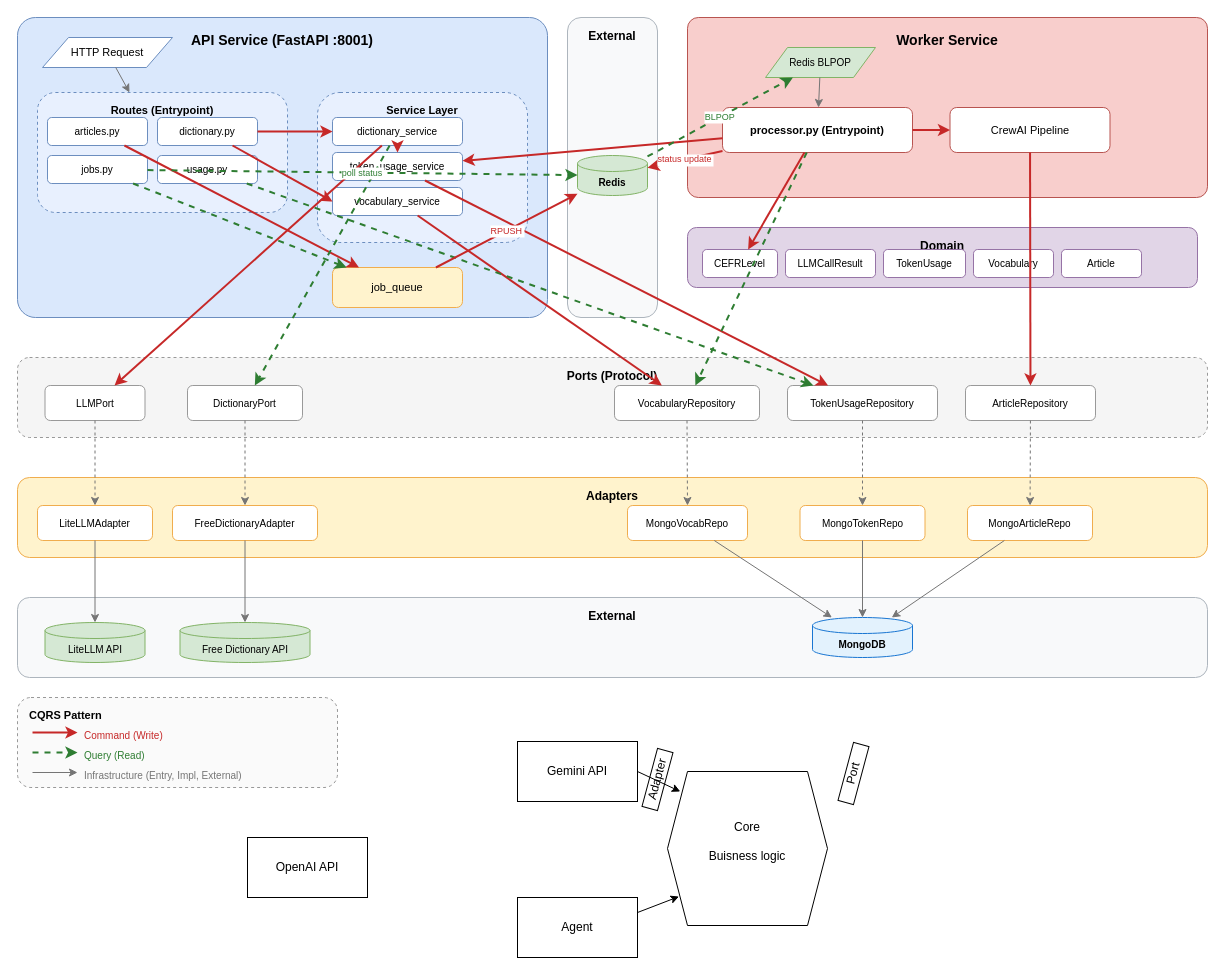
Earlier version of the draw.io diagram service_diagram.drawio (seung-gu/opad). Source tidied: cells renumbered, new cells numbered last; positions are measured from the earlier drawing's top-left corner, leaving out a move shared by most shapes. Both pictures are drawn from the tidied source at 100%, with x=0, y=0 at pixel (17, 17).
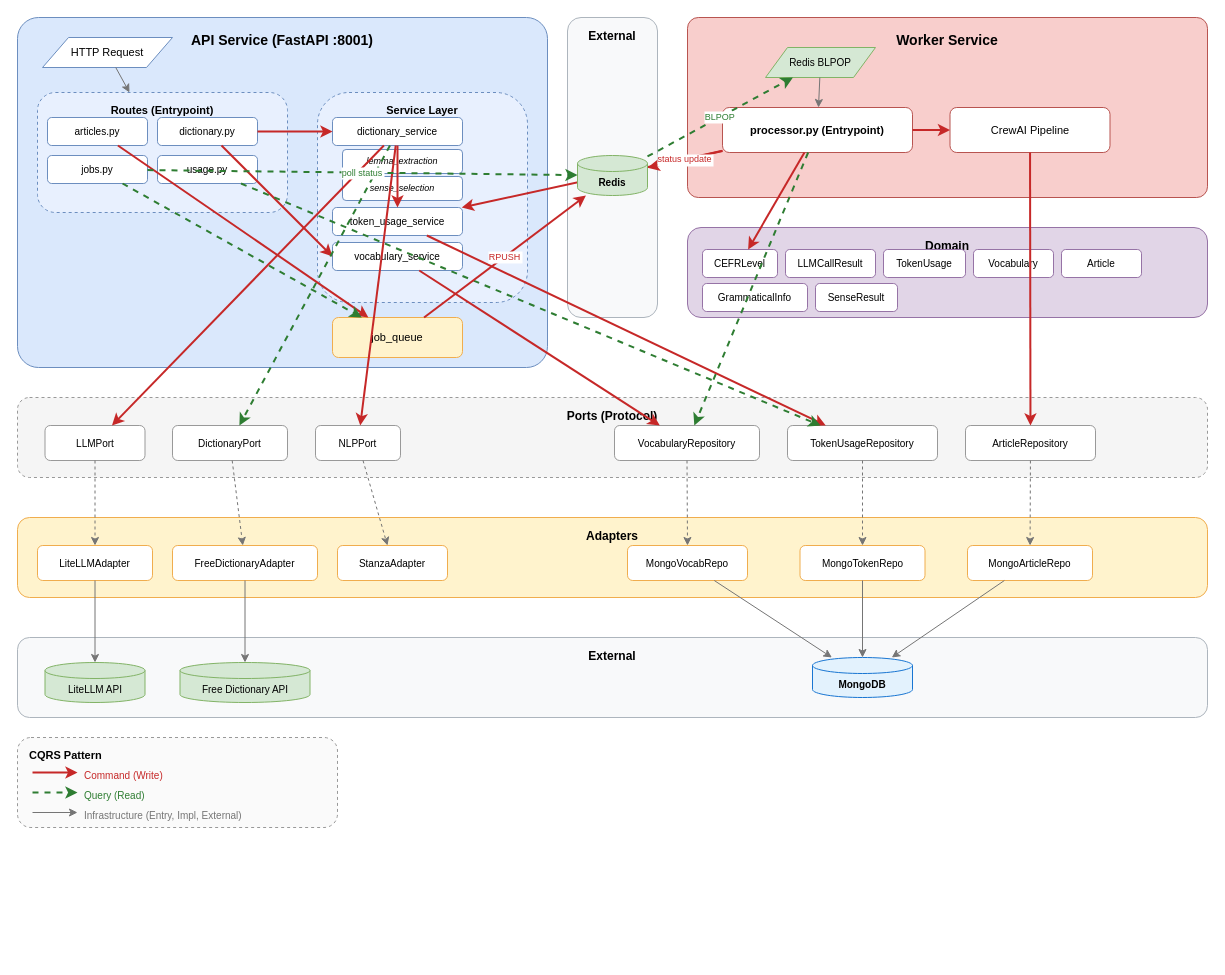
The same page after the edit.

Unchanged cells that the change refers to:
```xml
<mxCell id="11" value="dictionary_service" style="rounded=1;whiteSpace=wrap;fillColor=#fff;strokeColor=#6c8ebf;fontSize=10;" parent="1" vertex="1">
  <mxGeometry x="315" y="100" width="130" height="28" as="geometry" />
</mxCell>
```

Diff of the diagram source:
```diff
@@
     <mxCell id="3" value="API Service (FastAPI :8001)" style="rounded=1;whiteSpace=wrap;fillColor=#dae8fc;strokeColor=#6c8ebf;fontStyle=1;fontSize=14;verticalAlign=top;spacingTop=8;arcSize=6;" parent="1" vertex="1">
-      <mxGeometry width="530" height="300" as="geometry" />
+      <mxGeometry width="530" height="350" as="geometry" />
     </mxCell>
@@
     <mxCell id="10" value="Service Layer" style="rounded=1;whiteSpace=wrap;fillColor=#e8f0fe;strokeColor=#6c8ebf;fontSize=11;fontStyle=1;verticalAlign=top;spacingTop=5;dashed=1;" parent="1" vertex="1">
-      <mxGeometry x="300" y="75" width="210" height="150" as="geometry" />
+      <mxGeometry x="300" y="75" width="210" height="210" as="geometry" />
     </mxCell>
@@
+    <mxCell id="89" value="lemma_extraction" style="rounded=1;whiteSpace=wrap;fillColor=#fff;strokeColor=#6c8ebf;fontSize=9;fontStyle=2;" parent="1" vertex="1">
+      <mxGeometry x="325" y="132" width="120" height="24" as="geometry" />
+    </mxCell>
+    <mxCell id="90" value="sense_selection" style="rounded=1;whiteSpace=wrap;fillColor=#fff;strokeColor=#6c8ebf;fontSize=9;fontStyle=2;" parent="1" vertex="1">
+      <mxGeometry x="325" y="159" width="120" height="24" as="geometry" />
+    </mxCell>
     <mxCell id="12" value="token_usage_service" style="rounded=1;whiteSpace=wrap;fillColor=#fff;strokeColor=#6c8ebf;fontSize=10;" parent="1" vertex="1">
-      <mxGeometry x="315" y="135" width="130" height="28" as="geometry" />
+      <mxGeometry x="315" y="190" width="130" height="28" as="geometry" />
     </mxCell>
     <mxCell id="13" value="vocabulary_service" style="rounded=1;whiteSpace=wrap;fillColor=#fff;strokeColor=#6c8ebf;fontSize=10;" parent="1" vertex="1">
-      <mxGeometry x="315" y="170" width="130" height="28" as="geometry" />
+      <mxGeometry x="315" y="225" width="130" height="28" as="geometry" />
     </mxCell>
     <mxCell id="14" value="job_queue" style="rounded=1;whiteSpace=wrap;fillColor=#fff3cd;strokeColor=#f0ad4e;fontSize=11;" parent="1" vertex="1">
-      <mxGeometry x="315" y="250" width="130" height="40" as="geometry" />
+      <mxGeometry x="315" y="300" width="130" height="40" as="geometry" />
     </mxCell>
@@
     <mxCell id="26" value="Domain" style="rounded=1;whiteSpace=wrap;fillColor=#e1d5e7;strokeColor=#9673a6;fontStyle=1;fontSize=12;verticalAlign=top;spacingTop=5;" parent="1" vertex="1">
-      <mxGeometry x="670" y="210" width="510" height="60" as="geometry" />
+      <mxGeometry x="670" y="210" width="520" height="90" as="geometry" />
     </mxCell>
@@
+    <mxCell id="91" value="GrammaticalInfo" style="rounded=1;whiteSpace=wrap;fillColor=#fff;strokeColor=#9673a6;fontSize=10;" parent="1" vertex="1">
+      <mxGeometry x="685" y="266" width="105" height="28" as="geometry" />
+    </mxCell>
+    <mxCell id="92" value="SenseResult" style="rounded=1;whiteSpace=wrap;fillColor=#fff;strokeColor=#9673a6;fontSize=10;" parent="1" vertex="1">
+      <mxGeometry x="798" y="266" width="82" height="28" as="geometry" />
+    </mxCell>
     <mxCell id="32" value="Ports (Protocol)" style="rounded=1;whiteSpace=wrap;fillColor=#f5f5f5;strokeColor=#999;fontStyle=1;fontSize=12;verticalAlign=top;spacingTop=5;dashed=1;" parent="1" vertex="1">
-      <mxGeometry y="340" width="1190" height="80" as="geometry" />
+      <mxGeometry y="380" width="1190" height="80" as="geometry" />
     </mxCell>
     <mxCell id="33" value="LLMPort" style="rounded=1;whiteSpace=wrap;fillColor=#fff;strokeColor=#999;fontSize=10;" parent="1" vertex="1">
-      <mxGeometry x="27.5" y="368" width="100" height="35" as="geometry" />
+      <mxGeometry x="27.5" y="408" width="100" height="35" as="geometry" />
     </mxCell>
     <mxCell id="34" value="DictionaryPort" style="rounded=1;whiteSpace=wrap;fillColor=#fff;strokeColor=#999;fontSize=10;" parent="1" vertex="1">
-      <mxGeometry x="170" y="368" width="115" height="35" as="geometry" />
+      <mxGeometry x="155" y="408" width="115" height="35" as="geometry" />
     </mxCell>
-    <mxCell id="35" value="ArticleRepository" style="rounded=1;whiteSpace=wrap;fillColor=#fff;strokeColor=#999;fontSize=10;" parent="1" vertex="1">
-      <mxGeometry x="948" y="368" width="130" height="35" as="geometry" />
-    </mxCell>
+    <mxCell id="93" value="NLPPort" style="rounded=1;whiteSpace=wrap;fillColor=#fff;strokeColor=#999;fontSize=10;" parent="1" vertex="1">
+      <mxGeometry x="298" y="408" width="85" height="35" as="geometry" />
+    </mxCell>
     <mxCell id="36" value="VocabularyRepository" style="rounded=1;whiteSpace=wrap;fillColor=#fff;strokeColor=#999;fontSize=10;" parent="1" vertex="1">
-      <mxGeometry x="597" y="368" width="145" height="35" as="geometry" />
+      <mxGeometry x="597" y="408" width="145" height="35" as="geometry" />
     </mxCell>
     <mxCell id="37" value="TokenUsageRepository" style="rounded=1;whiteSpace=wrap;fillColor=#fff;strokeColor=#999;fontSize=10;" parent="1" vertex="1">
-      <mxGeometry x="770" y="368" width="150" height="35" as="geometry" />
+      <mxGeometry x="770" y="408" width="150" height="35" as="geometry" />
     </mxCell>
+    <mxCell id="35" value="ArticleRepository" style="rounded=1;whiteSpace=wrap;fillColor=#fff;strokeColor=#999;fontSize=10;" parent="1" vertex="1">
+      <mxGeometry x="948" y="408" width="130" height="35" as="geometry" />
+    </mxCell>
@@
+    <mxCell id="94" style="strokeColor=#C62828;strokeWidth=2;" parent="1" edge="1" source="11" target="93">
+      <mxGeometry as="geometry" />
+    </mxCell>
@@
     <mxCell id="48" value="Adapters" style="rounded=1;whiteSpace=wrap;fillColor=#fff3cd;strokeColor=#f0ad4e;fontStyle=1;fontSize=12;verticalAlign=top;spacingTop=5;" parent="1" vertex="1">
-      <mxGeometry y="460" width="1190" height="80" as="geometry" />
+      <mxGeometry y="500" width="1190" height="80" as="geometry" />
     </mxCell>
     <mxCell id="49" value="LiteLLMAdapter" style="rounded=1;whiteSpace=wrap;fillColor=#fff;strokeColor=#f0ad4e;fontSize=10;" parent="1" vertex="1">
-      <mxGeometry x="20" y="488" width="115" height="35" as="geometry" />
+      <mxGeometry x="20" y="528" width="115" height="35" as="geometry" />
     </mxCell>
     <mxCell id="50" value="FreeDictionaryAdapter" style="rounded=1;whiteSpace=wrap;fillColor=#fff;strokeColor=#f0ad4e;fontSize=10;" parent="1" vertex="1">
-      <mxGeometry x="155" y="488" width="145" height="35" as="geometry" />
+      <mxGeometry x="155" y="528" width="145" height="35" as="geometry" />
     </mxCell>
-    <mxCell id="51" value="MongoArticleRepo" style="rounded=1;whiteSpace=wrap;fillColor=#fff;strokeColor=#f0ad4e;fontSize=10;" parent="1" vertex="1">
-      <mxGeometry x="950" y="488" width="125" height="35" as="geometry" />
-    </mxCell>
+    <mxCell id="95" value="StanzaAdapter" style="rounded=1;whiteSpace=wrap;fillColor=#fff;strokeColor=#f0ad4e;fontSize=10;" parent="1" vertex="1">
+      <mxGeometry x="320" y="528" width="110" height="35" as="geometry" />
+    </mxCell>
     <mxCell id="52" value="MongoVocabRepo" style="rounded=1;whiteSpace=wrap;fillColor=#fff;strokeColor=#f0ad4e;fontSize=10;" parent="1" vertex="1">
-      <mxGeometry x="610" y="488" width="120" height="35" as="geometry" />
+      <mxGeometry x="610" y="528" width="120" height="35" as="geometry" />
     </mxCell>
     <mxCell id="53" value="MongoTokenRepo" style="rounded=1;whiteSpace=wrap;fillColor=#fff;strokeColor=#f0ad4e;fontSize=10;" parent="1" vertex="1">
-      <mxGeometry x="782.5" y="488" width="125" height="35" as="geometry" />
+      <mxGeometry x="782.5" y="528" width="125" height="35" as="geometry" />
     </mxCell>
+    <mxCell id="51" value="MongoArticleRepo" style="rounded=1;whiteSpace=wrap;fillColor=#fff;strokeColor=#f0ad4e;fontSize=10;" parent="1" vertex="1">
+      <mxGeometry x="950" y="528" width="125" height="35" as="geometry" />
+    </mxCell>
@@
+    <mxCell id="96" style="dashed=1;strokeColor=#757575;" parent="1" edge="1" source="93" target="95">
+      <mxGeometry as="geometry" />
+    </mxCell>
@@
     <mxCell id="58" value="External" style="rounded=1;whiteSpace=wrap;fillColor=#f8f9fa;strokeColor=#adb5bd;fontStyle=1;fontSize=12;verticalAlign=top;spacingTop=5;" parent="1" vertex="1">
-      <mxGeometry y="580" width="1190" height="80" as="geometry" />
+      <mxGeometry y="620" width="1190" height="80" as="geometry" />
     </mxCell>
@@
     <mxCell id="60" value="MongoDB" style="shape=cylinder3;whiteSpace=wrap;boundedLbl=1;size=8;fillColor=#e3f2fd;strokeColor=#1976d2;fontSize=10;fontStyle=1;" parent="1" vertex="1">
-      <mxGeometry x="795" y="600" width="100" height="40" as="geometry" />
+      <mxGeometry x="795" y="640" width="100" height="40" as="geometry" />
     </mxCell>
     <mxCell id="61" value="LiteLLM API" style="shape=cylinder3;whiteSpace=wrap;boundedLbl=1;size=8;fillColor=#d5e8d4;strokeColor=#82b366;fontSize=10;" parent="1" vertex="1">
-      <mxGeometry x="27.5" y="605" width="100" height="40" as="geometry" />
+      <mxGeometry x="27.5" y="645" width="100" height="40" as="geometry" />
     </mxCell>
     <mxCell id="62" value="Free Dictionary API" style="shape=cylinder3;whiteSpace=wrap;boundedLbl=1;size=8;fillColor=#d5e8d4;strokeColor=#82b366;fontSize=10;" parent="1" vertex="1">
-      <mxGeometry x="162.5" y="605" width="130" height="40" as="geometry" />
+      <mxGeometry x="162.5" y="645" width="130" height="40" as="geometry" />
     </mxCell>
@@
     <mxCell id="72" style="rounded=1;whiteSpace=wrap;fillColor=#FAFAFA;strokeColor=#999;dashed=1;" parent="1" vertex="1">
-      <mxGeometry y="680" width="320" height="90" as="geometry" />
+      <mxGeometry y="720" width="320" height="90" as="geometry" />
     </mxCell>
     <mxCell id="73" value="CQRS Pattern" style="text;fontSize=11;fontStyle=1;align=left;" parent="1" vertex="1">
-      <mxGeometry x="10" y="685" width="100" height="18" as="geometry" />
+      <mxGeometry x="10" y="725" width="100" height="18" as="geometry" />
     </mxCell>
     <mxCell id="74" style="endArrow=classic;strokeColor=#C62828;strokeWidth=2;" parent="1" edge="1">
       <mxGeometry relative="1" as="geometry">
-        <mxPoint x="15" y="715" as="sourcePoint" />
-        <mxPoint x="60" y="715" as="targetPoint" />
+        <mxPoint x="15" y="755" as="sourcePoint" />
+        <mxPoint x="60" y="755" as="targetPoint" />
       </mxGeometry>
     </mxCell>
     <mxCell id="75" value="Command (Write)" style="text;fontSize=10;fontColor=#C62828;align=left;" parent="1" vertex="1">
-      <mxGeometry x="65" y="706" width="240" height="18" as="geometry" />
+      <mxGeometry x="65" y="746" width="240" height="18" as="geometry" />
     </mxCell>
     <mxCell id="76" style="endArrow=classic;strokeColor=#2E7D32;strokeWidth=2;dashed=1;" parent="1" edge="1">
       <mxGeometry relative="1" as="geometry">
-        <mxPoint x="15" y="735" as="sourcePoint" />
-        <mxPoint x="60" y="735" as="targetPoint" />
+        <mxPoint x="15" y="775" as="sourcePoint" />
+        <mxPoint x="60" y="775" as="targetPoint" />
       </mxGeometry>
     </mxCell>
     <mxCell id="77" value="Query (Read)" style="text;fontSize=10;fontColor=#2E7D32;align=left;" parent="1" vertex="1">
-      <mxGeometry x="65" y="726" width="240" height="18" as="geometry" />
+      <mxGeometry x="65" y="766" width="240" height="18" as="geometry" />
     </mxCell>
     <mxCell id="78" style="endArrow=classic;strokeColor=#757575;strokeWidth=1;" parent="1" edge="1">
       <mxGeometry relative="1" as="geometry">
-        <mxPoint x="15" y="755" as="sourcePoint" />
-        <mxPoint x="60" y="755" as="targetPoint" />
+        <mxPoint x="15" y="795" as="sourcePoint" />
+        <mxPoint x="60" y="795" as="targetPoint" />
       </mxGeometry>
     </mxCell>
     <mxCell id="79" value="Infrastructure (Entry, Impl, External)" style="text;fontSize=10;fontColor=#757575;align=left;" parent="1" vertex="1">
-      <mxGeometry x="65" y="746" width="240" height="18" as="geometry" />
+      <mxGeometry x="65" y="786" width="240" height="18" as="geometry" />
     </mxCell>
-    <mxCell id="80" style="edgeStyle=none;html=1;entryX=0.072;entryY=0.812;entryDx=0;entryDy=0;exitX=1;exitY=0.25;exitDx=0;exitDy=0;entryPerimeter=0;" parent="1" edge="1" source="84" target="81">
-      <mxGeometry relative="1" as="geometry" />
-    </mxCell>
-    <mxCell id="81" value="Core&lt;div&gt;&lt;br&gt;&lt;/div&gt;&lt;div&gt;Buisness logic&lt;/div&gt;&lt;div&gt;&lt;br&gt;&lt;/div&gt;" style="shape=hexagon;perimeter=hexagonPerimeter2;whiteSpace=wrap;html=1;fixedSize=1;" parent="1" vertex="1">
-      <mxGeometry x="650" y="754" width="160" height="154" as="geometry" />
-    </mxCell>
-    <mxCell id="82" value="Adapter" style="rounded=0;whiteSpace=wrap;html=1;rotation=-75;" parent="1" vertex="1">
-      <mxGeometry x="610" y="754" width="60" height="16" as="geometry" />
-    </mxCell>
-    <mxCell id="83" value="OpenAI API" style="rounded=0;whiteSpace=wrap;html=1;" parent="1" vertex="1">
-      <mxGeometry x="230" y="820" width="120" height="60" as="geometry" />
-    </mxCell>
-    <mxCell id="84" value="Agent" style="rounded=0;whiteSpace=wrap;html=1;" parent="1" vertex="1">
-      <mxGeometry x="500" y="880" width="120" height="60" as="geometry" />
-    </mxCell>
-    <mxCell id="85" style="edgeStyle=none;html=1;entryX=0.08;entryY=0.13;entryDx=0;entryDy=0;exitX=1;exitY=0.5;exitDx=0;exitDy=0;entryPerimeter=0;" parent="1" edge="1" source="86" target="81">
-      <mxGeometry relative="1" as="geometry" />
-    </mxCell>
-    <mxCell id="86" value="Gemini API" style="rounded=0;whiteSpace=wrap;html=1;" parent="1" vertex="1">
-      <mxGeometry x="500" y="724" width="120" height="60" as="geometry" />
-    </mxCell>
-    <mxCell id="87" value="Port" style="rounded=0;whiteSpace=wrap;html=1;rotation=-75;" parent="1" vertex="1">
-      <mxGeometry x="806" y="748" width="60" height="16" as="geometry" />
-    </mxCell>
```
